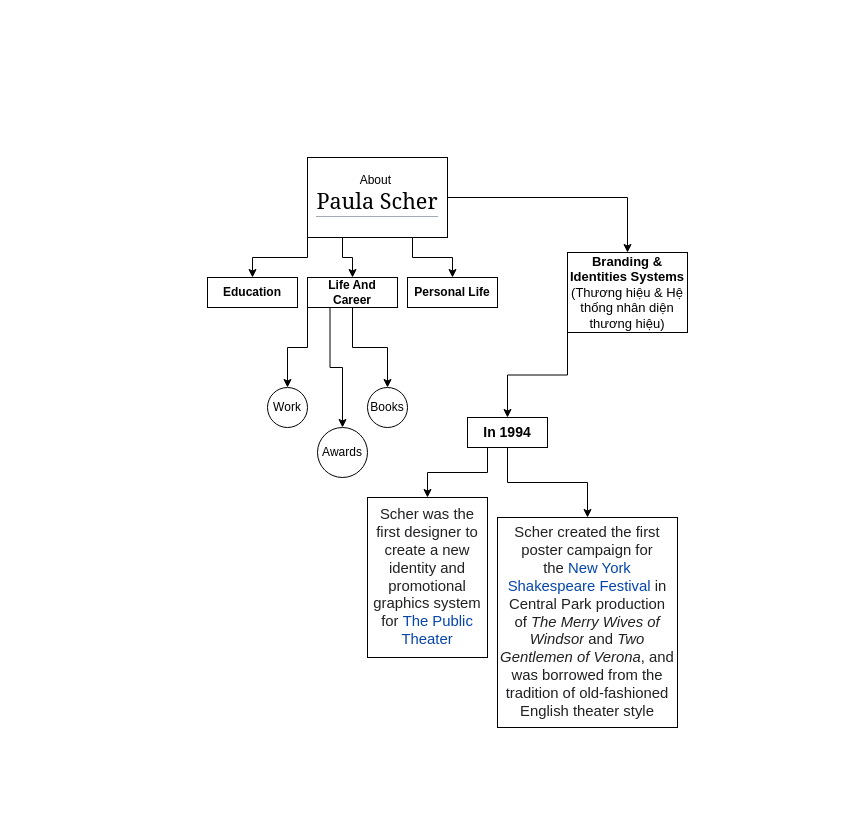
bltt84/Practice keeps this draw.io diagram as Untitled Diagram.drawio. Above is the earlier version. Source tidied: cells renumbered, new cells numbered last; positions are measured from the earlier drawing's top-left corner, leaving out a move shared by most shapes. Both pictures are drawn from the tidied source at 100%, with x=0, y=0 at pixel (207, 157).
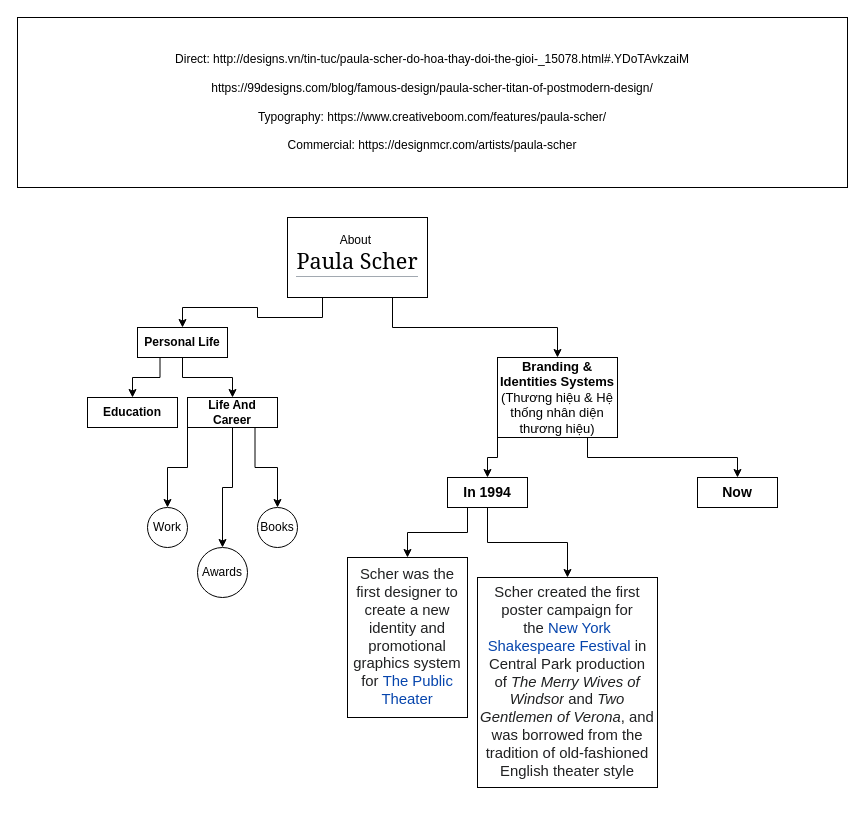
Above is the later version.

What changed in the source:
```diff
@@
-    <mxCell id="2" style="edgeStyle=orthogonalEdgeStyle;rounded=0;jettySize=auto;html=1;exitX=0;exitY=1;exitDx=0;exitDy=0;entryX=0.5;entryY=0;entryDx=0;entryDy=0;" parent="1" edge="1" source="6" target="7">
-      <mxGeometry relative="1" as="geometry" />
-    </mxCell>
-    <mxCell id="3" style="edgeStyle=orthogonalEdgeStyle;rounded=0;jettySize=auto;html=1;exitX=0.25;exitY=1;exitDx=0;exitDy=0;entryX=0.5;entryY=0;entryDx=0;entryDy=0;" parent="1" edge="1" source="6" target="11">
-      <mxGeometry relative="1" as="geometry" />
-    </mxCell>
+    <mxCell id="5" style="edgeStyle=orthogonalEdgeStyle;rounded=0;jettySize=auto;html=1;exitX=0.25;exitY=1;exitDx=0;exitDy=0;entryX=0.5;entryY=0;entryDx=0;entryDy=0;" parent="1" edge="1" source="6" target="15">
+      <mxGeometry relative="1" as="geometry" />
+    </mxCell>
-    <mxCell id="4" style="edgeStyle=orthogonalEdgeStyle;rounded=0;jettySize=auto;html=1;exitX=1;exitY=0.5;exitDx=0;exitDy=0;" parent="1" edge="1" source="6" target="14">
+    <mxCell id="4" style="edgeStyle=orthogonalEdgeStyle;rounded=0;jettySize=auto;html=1;exitX=0.75;exitY=1;exitDx=0;exitDy=0;" parent="1" edge="1" source="6" target="14">
       <mxGeometry relative="1" as="geometry" />
     </mxCell>
-    <mxCell id="5" style="edgeStyle=orthogonalEdgeStyle;rounded=0;jettySize=auto;html=1;exitX=0.75;exitY=1;exitDx=0;exitDy=0;" parent="1" edge="1" source="6" target="15">
-      <mxGeometry relative="1" as="geometry" />
-    </mxCell>
     <mxCell id="6" value="About&amp;nbsp;&lt;h1 id=&quot;firstHeading&quot; class=&quot;firstHeading&quot; style=&quot;margin: 0px 0px 0.25em ; padding: 0px ; overflow: visible ; border-bottom: 1px solid rgb(162 , 169 , 177) ; font-size: 1.8em ; font-weight: normal ; font-family: &amp;#34;linux libertine&amp;#34; , &amp;#34;georgia&amp;#34; , &amp;#34;times&amp;#34; , serif ; line-height: 1.3&quot;&gt;Paula Scher&lt;/h1&gt;" style="rounded=0;whiteSpace=wrap;html=1;" parent="1" vertex="1">
-      <mxGeometry x="100" width="140" height="80" as="geometry" />
+      <mxGeometry x="80" y="60" width="140" height="80" as="geometry" />
     </mxCell>
     <mxCell id="7" value="&lt;b&gt;Education&lt;/b&gt;" style="rounded=0;whiteSpace=wrap;html=1;" parent="1" vertex="1">
-      <mxGeometry y="120" width="90" height="30" as="geometry" />
+      <mxGeometry x="-120" y="240" width="90" height="30" as="geometry" />
     </mxCell>
@@
+    <mxCell id="10" style="edgeStyle=orthogonalEdgeStyle;rounded=0;jettySize=auto;html=1;exitX=0.75;exitY=1;exitDx=0;exitDy=0;" parent="1" edge="1" source="11" target="17">
+      <mxGeometry relative="1" as="geometry" />
+    </mxCell>
-    <mxCell id="9" style="edgeStyle=orthogonalEdgeStyle;rounded=0;jettySize=auto;html=1;exitX=0.25;exitY=1;exitDx=0;exitDy=0;entryX=0.5;entryY=0;entryDx=0;entryDy=0;" parent="1" edge="1" source="11" target="16">
+    <mxCell id="9" style="edgeStyle=orthogonalEdgeStyle;rounded=0;jettySize=auto;html=1;exitX=0.5;exitY=1;exitDx=0;exitDy=0;" parent="1" edge="1" source="11" target="16">
       <mxGeometry relative="1" as="geometry" />
     </mxCell>
-    <mxCell id="10" style="edgeStyle=orthogonalEdgeStyle;rounded=0;jettySize=auto;html=1;exitX=0.5;exitY=1;exitDx=0;exitDy=0;entryX=0.5;entryY=0;entryDx=0;entryDy=0;" parent="1" edge="1" source="11" target="17">
-      <mxGeometry relative="1" as="geometry" />
-    </mxCell>
     <mxCell id="11" value="&lt;b&gt;Life And Career&lt;/b&gt;" style="rounded=0;whiteSpace=wrap;html=1;" parent="1" vertex="1">
-      <mxGeometry x="100" y="120" width="90" height="30" as="geometry" />
+      <mxGeometry x="-20" y="240" width="90" height="30" as="geometry" />
     </mxCell>
     <mxCell id="12" value="Work" style="ellipse;whiteSpace=wrap;html=1;" parent="1" vertex="1">
-      <mxGeometry x="60" y="230" width="40" height="40" as="geometry" />
+      <mxGeometry x="-60" y="350" width="40" height="40" as="geometry" />
     </mxCell>
@@
+    <mxCell id="23" style="edgeStyle=orthogonalEdgeStyle;rounded=0;jettySize=auto;html=1;exitX=0.75;exitY=1;exitDx=0;exitDy=0;" parent="1" edge="1" source="14" target="27">
+      <mxGeometry relative="1" as="geometry" />
+    </mxCell>
     <mxCell id="14" value="&lt;font style=&quot;font-size: 13px&quot;&gt;&lt;b&gt;Branding &amp;amp; Identities Systems&lt;/b&gt;&lt;br&gt;(Thương hiệu &amp;amp; Hệ thống nhân diện thương hiệu)&lt;br&gt;&lt;/font&gt;" style="rounded=0;whiteSpace=wrap;html=1;" parent="1" vertex="1">
-      <mxGeometry x="360" y="95" width="120" height="80" as="geometry" />
+      <mxGeometry x="290" y="200" width="120" height="80" as="geometry" />
     </mxCell>
+    <mxCell id="24" style="edgeStyle=orthogonalEdgeStyle;rounded=0;jettySize=auto;html=1;exitX=0.5;exitY=1;exitDx=0;exitDy=0;" parent="1" edge="1" source="15" target="11">
+      <mxGeometry relative="1" as="geometry" />
+    </mxCell>
+    <mxCell id="25" style="edgeStyle=orthogonalEdgeStyle;rounded=0;jettySize=auto;html=1;exitX=0.25;exitY=1;exitDx=0;exitDy=0;entryX=0.5;entryY=0;entryDx=0;entryDy=0;" parent="1" edge="1" source="15" target="7">
+      <mxGeometry relative="1" as="geometry" />
+    </mxCell>
     <mxCell id="15" value="&lt;b&gt;Personal Life&lt;/b&gt;" style="rounded=0;whiteSpace=wrap;html=1;" parent="1" vertex="1">
-      <mxGeometry x="200" y="120" width="90" height="30" as="geometry" />
+      <mxGeometry x="-70" y="170" width="90" height="30" as="geometry" />
     </mxCell>
     <mxCell id="16" value="Awards" style="ellipse;whiteSpace=wrap;html=1;" parent="1" vertex="1">
-      <mxGeometry x="110" y="270" width="50" height="50" as="geometry" />
+      <mxGeometry x="-10" y="390" width="50" height="50" as="geometry" />
     </mxCell>
     <mxCell id="17" value="Books" style="ellipse;whiteSpace=wrap;html=1;" parent="1" vertex="1">
-      <mxGeometry x="160" y="230" width="40" height="40" as="geometry" />
+      <mxGeometry x="50" y="350" width="40" height="40" as="geometry" />
     </mxCell>
     <mxCell id="18" value="&lt;span style=&quot;color: rgb(32 , 33 , 34) ; font-family: sans-serif ; font-size: 14.875px ; font-style: normal ; letter-spacing: normal ; text-indent: 0px ; text-transform: none ; word-spacing: 0px ; background-color: rgb(255 , 255 , 255) ; display: inline ; float: none&quot;&gt;Scher was the first designer to create a new identity and promotional graphics system for&lt;span style=&quot;font-weight: 400&quot;&gt;&amp;nbsp;&lt;/span&gt;&lt;/span&gt;&lt;a href=&quot;https://en.wikipedia.org/wiki/The_Public_Theater&quot; title=&quot;&quot; style=&quot;text-decoration: none ; color: rgb(6 , 69 , 173) ; background: none rgb(255 , 255 , 255) ; font-family: sans-serif ; font-size: 14.875px ; font-style: normal ; font-weight: 400 ; letter-spacing: normal ; text-indent: 0px ; text-transform: none ; word-spacing: 0px&quot;&gt;The Public Theater&lt;/a&gt;" style="rounded=0;whiteSpace=wrap;html=1;" parent="1" vertex="1">
-      <mxGeometry x="160" y="340" width="120" height="160" as="geometry" />
+      <mxGeometry x="140" y="400" width="120" height="160" as="geometry" />
     </mxCell>
@@
     <mxCell id="21" value="&lt;b&gt;&lt;font style=&quot;font-size: 14px&quot;&gt;In 1994&lt;/font&gt;&lt;/b&gt;" style="rounded=0;whiteSpace=wrap;html=1;" parent="1" vertex="1">
-      <mxGeometry x="260" y="260" width="80" height="30" as="geometry" />
+      <mxGeometry x="240" y="320" width="80" height="30" as="geometry" />
     </mxCell>
     <mxCell id="22" value="&#10;&#10;&lt;span style=&quot;color: rgb(32, 33, 34); font-family: sans-serif; font-size: 14.875px; font-style: normal; font-weight: 400; letter-spacing: normal; text-indent: 0px; text-transform: none; word-spacing: 0px; background-color: rgb(255, 255, 255); display: inline; float: none;&quot;&gt;Scher created the first poster campaign for the&lt;span&gt;&amp;nbsp;&lt;/span&gt;&lt;/span&gt;&lt;a href=&quot;https://en.wikipedia.org/wiki/New_York_Shakespeare_Festival&quot; class=&quot;mw-redirect&quot; title=&quot;New York Shakespeare Festival&quot; style=&quot;text-decoration: none; color: rgb(6, 69, 173); background: none rgb(255, 255, 255); font-family: sans-serif; font-size: 14.875px; font-style: normal; font-weight: 400; letter-spacing: normal; text-indent: 0px; text-transform: none; word-spacing: 0px;&quot;&gt;New York Shakespeare Festival&lt;/a&gt;&lt;span style=&quot;color: rgb(32, 33, 34); font-family: sans-serif; font-size: 14.875px; font-style: normal; font-weight: 400; letter-spacing: normal; text-indent: 0px; text-transform: none; word-spacing: 0px; background-color: rgb(255, 255, 255); display: inline; float: none;&quot;&gt;&lt;span&gt;&amp;nbsp;&lt;/span&gt;in Central Park production of&lt;span&gt;&amp;nbsp;&lt;/span&gt;&lt;/span&gt;&lt;i style=&quot;color: rgb(32, 33, 34); font-family: sans-serif; font-size: 14.875px; font-weight: 400; letter-spacing: normal; text-indent: 0px; text-transform: none; word-spacing: 0px; background-color: rgb(255, 255, 255);&quot;&gt;The Merry Wives of Windsor&lt;/i&gt;&lt;span style=&quot;color: rgb(32, 33, 34); font-family: sans-serif; font-size: 14.875px; font-style: normal; font-weight: 400; letter-spacing: normal; text-indent: 0px; text-transform: none; word-spacing: 0px; background-color: rgb(255, 255, 255); display: inline; float: none;&quot;&gt;&lt;span&gt;&amp;nbsp;&lt;/span&gt;and&lt;span&gt;&amp;nbsp;&lt;/span&gt;&lt;/span&gt;&lt;i style=&quot;color: rgb(32, 33, 34); font-family: sans-serif; font-size: 14.875px; font-weight: 400; letter-spacing: normal; text-indent: 0px; text-transform: none; word-spacing: 0px; background-color: rgb(255, 255, 255);&quot;&gt;Two Gentlemen of Verona&lt;/i&gt;&lt;span style=&quot;color: rgb(32, 33, 34); font-family: sans-serif; font-size: 14.875px; font-style: normal; font-weight: 400; letter-spacing: normal; text-indent: 0px; text-transform: none; word-spacing: 0px; background-color: rgb(255, 255, 255); display: inline; float: none;&quot;&gt;, and was borrowed from the tradition of old-fashioned English theater style&lt;/span&gt;&#10;&#10;" style="rounded=0;whiteSpace=wrap;html=1;" parent="1" vertex="1">
-      <mxGeometry x="290" y="360" width="180" height="210" as="geometry" />
+      <mxGeometry x="270" y="420" width="180" height="210" as="geometry" />
     </mxCell>
+    <mxCell id="26" value="Direct:&amp;nbsp;http://designs.vn/tin-tuc/paula-scher-do-hoa-thay-doi-the-gioi-_15078.html#.YDoTAvkzaiM&lt;br&gt;&lt;br&gt;https://99designs.com/blog/famous-design/paula-scher-titan-of-postmodern-design/&lt;br&gt;&lt;br&gt;Typography:&amp;nbsp;https://www.creativeboom.com/features/paula-scher/&lt;br&gt;&lt;br&gt;Commercial:&amp;nbsp;https://designmcr.com/artists/paula-scher" style="rounded=0;whiteSpace=wrap;html=1;" parent="1" vertex="1">
+      <mxGeometry x="-190" y="-140" width="830" height="170" as="geometry" />
+    </mxCell>
+    <mxCell id="27" value="&lt;b&gt;&lt;font style=&quot;font-size: 14px&quot;&gt;Now&lt;/font&gt;&lt;/b&gt;" style="rounded=0;whiteSpace=wrap;html=1;" parent="1" vertex="1">
+      <mxGeometry x="490" y="320" width="80" height="30" as="geometry" />
+    </mxCell>
```
